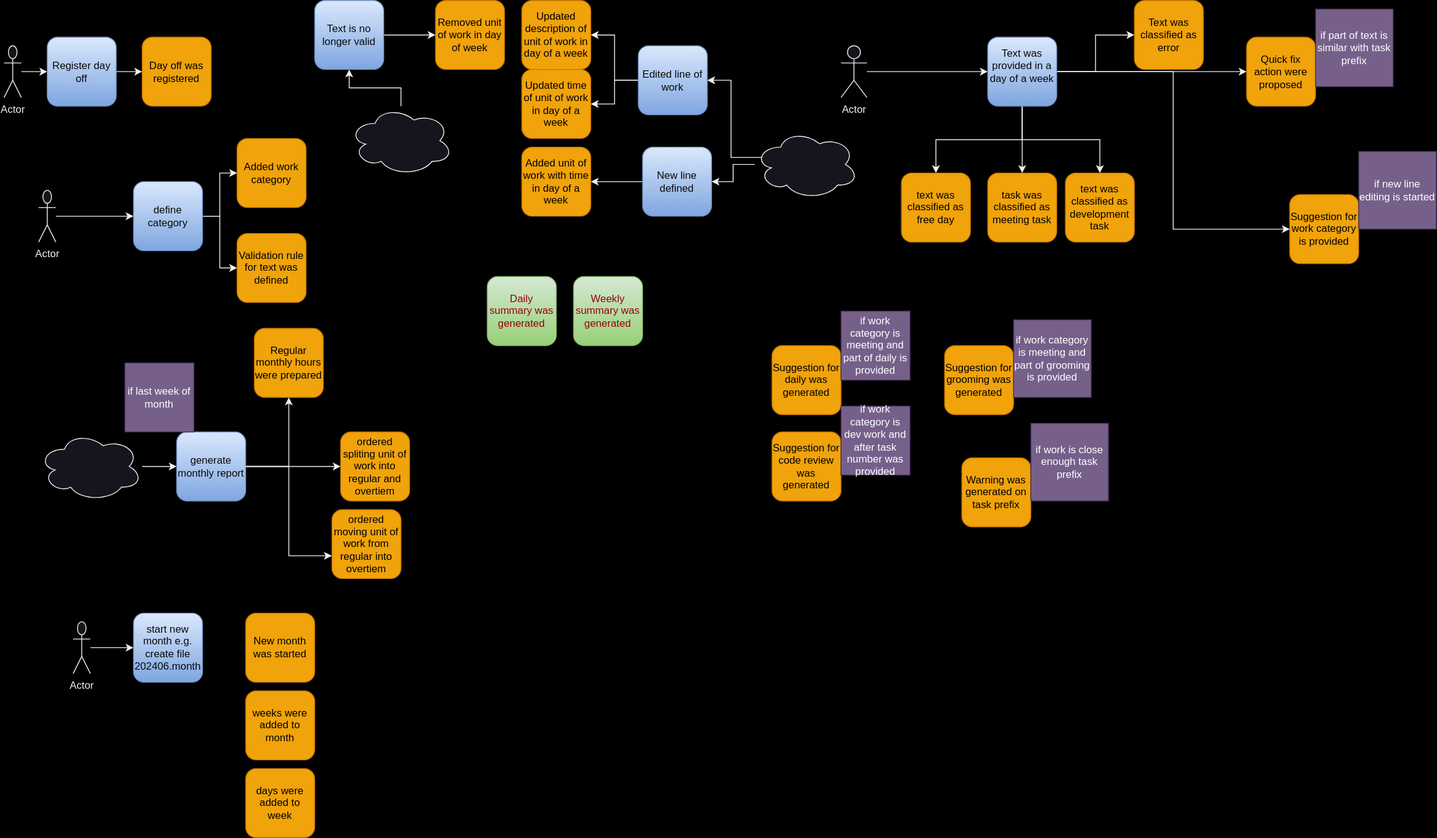
Before: events.svg, a diagram exported from draw.io (jborkows/tsf-lsp). Source tidied: cells renumbered, new cells last; positions are measured from the earlier drawing's top-left corner, leaving out a move shared by most shapes.
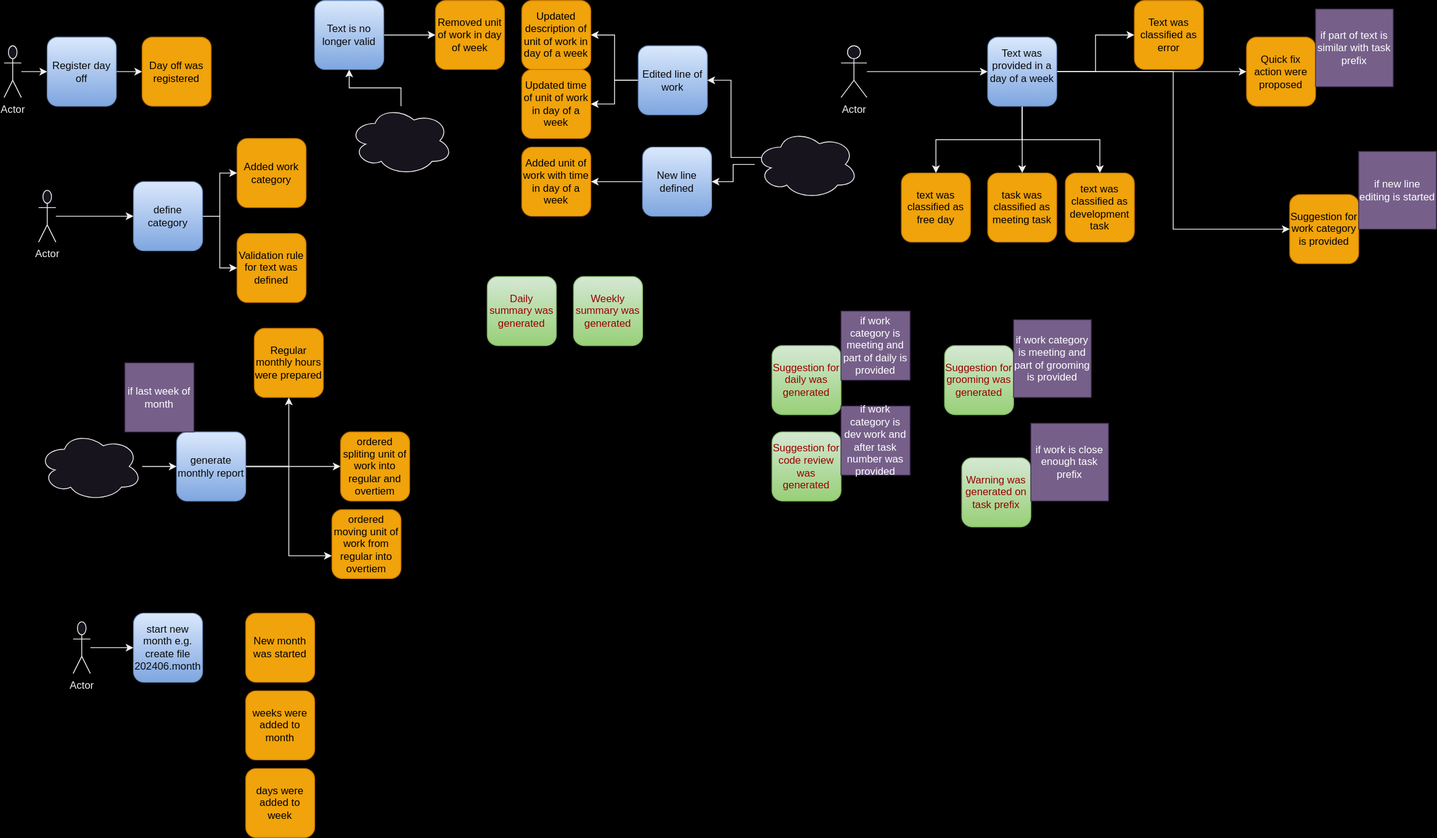
After the change.

Commit message:
events which are in fact views

Change to the diagram source:
```diff
@@ -44,16 +44,16 @@
     <mxCell id="15" value="Validation rule for text was defined" style="whiteSpace=wrap;html=1;fillColor=#f0a30a;fontColor=#000000;strokeColor=#BD7000;rounded=1;" parent="1" vertex="1">
       <mxGeometry x="270" y="270" width="80" height="80" as="geometry" />
     </mxCell>
-    <mxCell id="16" value="Suggestion for daily was generated" style="whiteSpace=wrap;html=1;fillColor=#f0a30a;fontColor=#000000;strokeColor=#BD7000;rounded=1;" parent="1" vertex="1">
+    <mxCell id="16" value="Suggestion for daily was generated" style="whiteSpace=wrap;html=1;fillColor=#d5e8d4;strokeColor=#82b366;rounded=1;gradientColor=#97d077;fontColor=#990000;" parent="1" vertex="1">
       <mxGeometry x="890" y="400" width="80" height="80" as="geometry" />
     </mxCell>
-    <mxCell id="17" value="Suggestion for code review was generated" style="whiteSpace=wrap;html=1;fillColor=#f0a30a;fontColor=#000000;strokeColor=#BD7000;rounded=1;" parent="1" vertex="1">
+    <mxCell id="17" value="Suggestion for code review was generated" style="whiteSpace=wrap;html=1;fillColor=#d5e8d4;strokeColor=#82b366;rounded=1;gradientColor=#97d077;fontColor=#990000;" parent="1" vertex="1">
       <mxGeometry x="890" y="500" width="80" height="80" as="geometry" />
     </mxCell>
     <mxCell id="18" value="if work category is meeting and part of daily is provided" style="whiteSpace=wrap;html=1;fillColor=#76608a;fontColor=#ffffff;strokeColor=#432D57;" parent="1" vertex="1">
       <mxGeometry x="970" y="360" width="80" height="80" as="geometry" />
     </mxCell>
-    <mxCell id="19" value="Suggestion for grooming was generated" style="whiteSpace=wrap;html=1;fillColor=#f0a30a;fontColor=#000000;strokeColor=#BD7000;rounded=1;" parent="1" vertex="1">
+    <mxCell id="19" value="Suggestion for grooming was generated" style="whiteSpace=wrap;html=1;fillColor=#d5e8d4;strokeColor=#82b366;rounded=1;gradientColor=#97d077;fontColor=#990000;" parent="1" vertex="1">
       <mxGeometry x="1090" y="400" width="80" height="80" as="geometry" />
     </mxCell>
     <mxCell id="20" value="if work category is meeting and part of grooming is provided" style="whiteSpace=wrap;html=1;fillColor=#76608a;fontColor=#ffffff;strokeColor=#432D57;" parent="1" vertex="1">
@@ -185,7 +185,7 @@
     <mxCell id="62" value="if last week of month" style="whiteSpace=wrap;html=1;fillColor=#76608a;fontColor=#ffffff;strokeColor=#432D57;" parent="1" vertex="1">
       <mxGeometry x="140" y="420" width="80" height="80" as="geometry" />
     </mxCell>
-    <mxCell id="63" value="Warning was generated on task prefix" style="whiteSpace=wrap;html=1;fillColor=#f0a30a;fontColor=#000000;strokeColor=#BD7000;rounded=1;" parent="1" vertex="1">
+    <mxCell id="63" value="Warning was generated on task prefix" style="whiteSpace=wrap;html=1;fillColor=#d5e8d4;strokeColor=#82b366;rounded=1;gradientColor=#97d077;fontColor=#990000;" parent="1" vertex="1">
       <mxGeometry x="1110" y="530" width="80" height="80" as="geometry" />
     </mxCell>
     <mxCell id="64" value="if work is close enough task prefix" style="whiteSpace=wrap;html=1;fillColor=#76608a;fontColor=#ffffff;strokeColor=#432D57;" parent="1" vertex="1">
```
